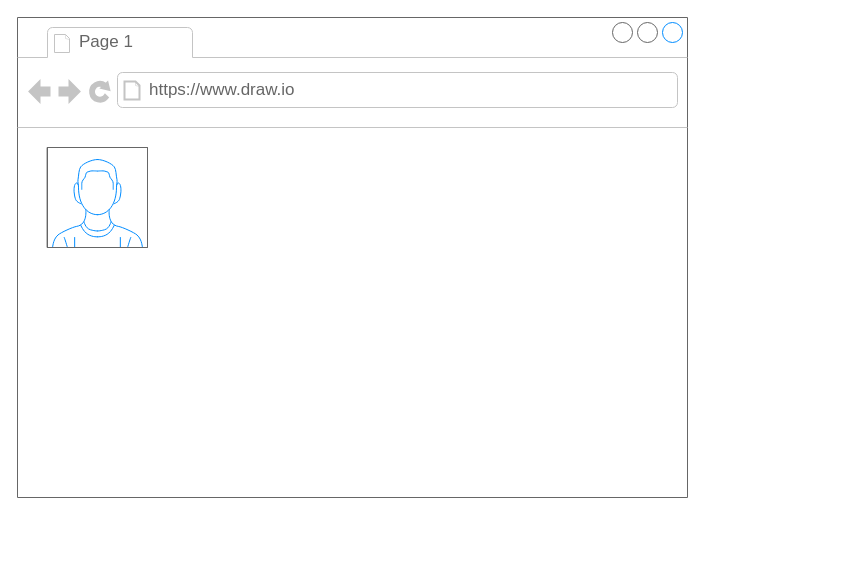
Above: docs/IMG/Untitled Diagram.drawio in arbesavdiaj/portfolio-web (draw.io), before the change. Source tidied: cells renumbered, new cells numbered last; positions are measured from the earlier drawing's top-left corner, leaving out a move shared by most shapes. Both pictures are drawn from the tidied source at 100%, with x=0, y=0 at pixel (17, 17). Pictures stored in the file or linked from it are replaced by grey dashed boxes.
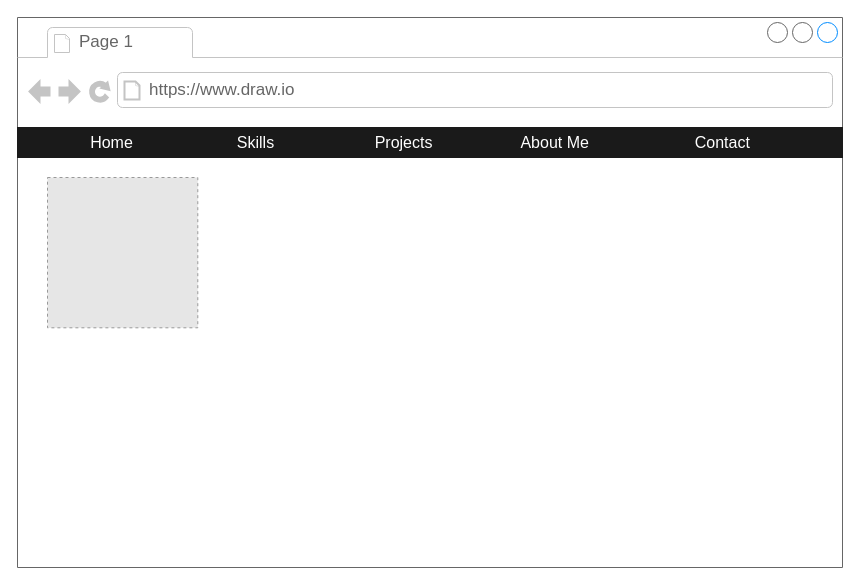
The same diagram, later.

Change to the diagram source:
```diff
@@
 <mxGraphModel>
   <root>
     <mxCell id="0" />
     <mxCell id="1" parent="0" />
-    <mxCell id="2" style="strokeWidth=1;shadow=0;dashed=0;align=center;html=1;shape=mxgraph.mockup.containers.browserWindow;rSize=0;strokeColor=#666666;strokeColor2=#008cff;strokeColor3=#c4c4c4;mainText=,;" parent="1" vertex="1">
-      <mxGeometry width="670" height="480" as="geometry" />
+    <mxCell id="2" style="strokeWidth=1;shadow=0;dashed=0;align=center;html=1;shape=mxgraph.mockup.containers.browserWindow;rSize=0;strokeColor=#666666;strokeColor2=#008cff;strokeColor3=#c4c4c4;mainText=,;fontColor=#3399FF;fontFamily=Times New Roman;labelBackgroundColor=none;labelBorderColor=none;" parent="1" vertex="1">
+      <mxGeometry width="825" height="550" as="geometry" />
     </mxCell>
     <mxCell id="3" value="Page 1" style="strokeWidth=1;shadow=0;dashed=0;align=center;html=1;shape=mxgraph.mockup.containers.anchor;fontSize=17;fontColor=#666666;align=left;whiteSpace=wrap;" parent="2" vertex="1">
       <mxGeometry x="60" y="12" width="110" height="26" as="geometry" />
     </mxCell>
     <mxCell id="4" value="https://www.draw.io" style="strokeWidth=1;shadow=0;dashed=0;align=center;html=1;shape=mxgraph.mockup.containers.anchor;rSize=0;fontSize=17;fontColor=#666666;align=left;" parent="2" vertex="1">
       <mxGeometry x="130" y="60" width="250" height="26" as="geometry" />
     </mxCell>
-    <mxCell id="5" style="verticalLabelPosition=bottom;shadow=0;dashed=0;align=center;html=1;verticalAlign=top;strokeWidth=1;shape=mxgraph.mockup.containers.userMale;strokeColor=#666666;strokeColor2=#008cff;" parent="2" vertex="1">
-      <mxGeometry x="30" y="130" width="100" height="100" as="geometry" />
-    </mxCell>
+    <mxCell id="6" value="&lt;font style=&quot;font-size: 16px;&quot;&gt;&lt;span style=&quot;white-space: pre;&quot;&gt;&#9;&lt;span style=&quot;white-space: pre;&quot;&gt;&#9;&lt;/span&gt;&lt;/span&gt;Home&lt;span style=&quot;white-space: pre;&quot;&gt;&#9;&lt;/span&gt;&lt;span style=&quot;white-space: pre;&quot;&gt;&#9;&lt;/span&gt;&lt;span style=&quot;white-space: pre;&quot;&gt;&#9;&lt;/span&gt; Skills&lt;span style=&quot;white-space: pre;&quot;&gt;&#9;&lt;/span&gt; &lt;span style=&quot;white-space: pre;&quot;&gt;&#9;&lt;/span&gt;&lt;span style=&quot;white-space: pre;&quot;&gt;&#9;&lt;/span&gt;Projects&lt;span style=&quot;white-space: pre;&quot;&gt;&#9;&lt;/span&gt;&lt;span style=&quot;white-space: pre;&quot;&gt;&#9;&lt;/span&gt;&lt;span style=&quot;white-space: pre;&quot;&gt;&#9;&lt;/span&gt; About Me&lt;span style=&quot;white-space: pre;&quot;&gt;&#9;&lt;/span&gt;&lt;span style=&quot;white-space: pre;&quot;&gt;&#9;&lt;/span&gt;&lt;span style=&quot;white-space: pre;&quot;&gt;&#9;&lt;/span&gt;Contact&lt;/font&gt;" style="whiteSpace=wrap;html=1;shadow=0;dashed=0;fontSize=10;align=left;fillColor=#1A1A1A;strokeColor=#1A1A1A;fontColor=#FFFFFF;" parent="2" vertex="1">
+      <mxGeometry y="110" width="825" height="30" as="geometry" />
+    </mxCell>
+    <mxCell id="7" style="fillColor=#E6E6E6;strokeColor=#999999;dashed=1;verticalLabelPosition=bottom;verticalAlign=top;" parent="2" vertex="1">
+      <mxGeometry x="30" y="160" width="150.3" height="150.3" as="geometry" />
+    </mxCell>
   </root>
 </mxGraphModel>
```
